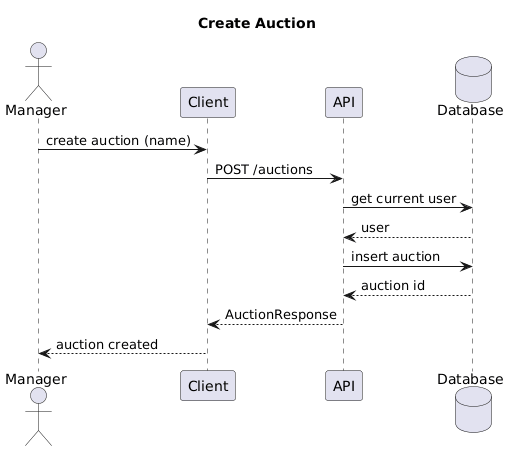
Earlier version of the PlantUML export Design/SequenceDiagram/CreateAuction.png (mihnea-popescu/CSCI_6234_Spring_2026_G18). Its diagram source:
```plantuml
@startuml
title Create Auction
actor Manager
participant Client
participant API
database Database

Manager -> Client: create auction (name)
Client -> API: POST /auctions
API -> Database: get current user
Database --> API: user
API -> Database: insert auction
Database --> API: auction id
API --> Client: AuctionResponse
Client --> Manager: auction created
@enduml
```
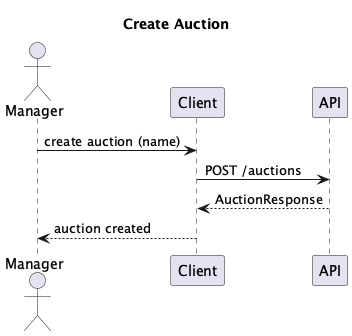
Later version of the same file.

Diff of the diagram source:
```diff
@@ -1,16 +1,11 @@
-@startuml
+@startuml CreateAuction
 title Create Auction
 actor Manager
 participant Client
 participant API
-database Database
 
 Manager -> Client: create auction (name)
 Client -> API: POST /auctions
-API -> Database: get current user
-Database --> API: user
-API -> Database: insert auction
-Database --> API: auction id
 API --> Client: AuctionResponse
 Client --> Manager: auction created
 @enduml
```
